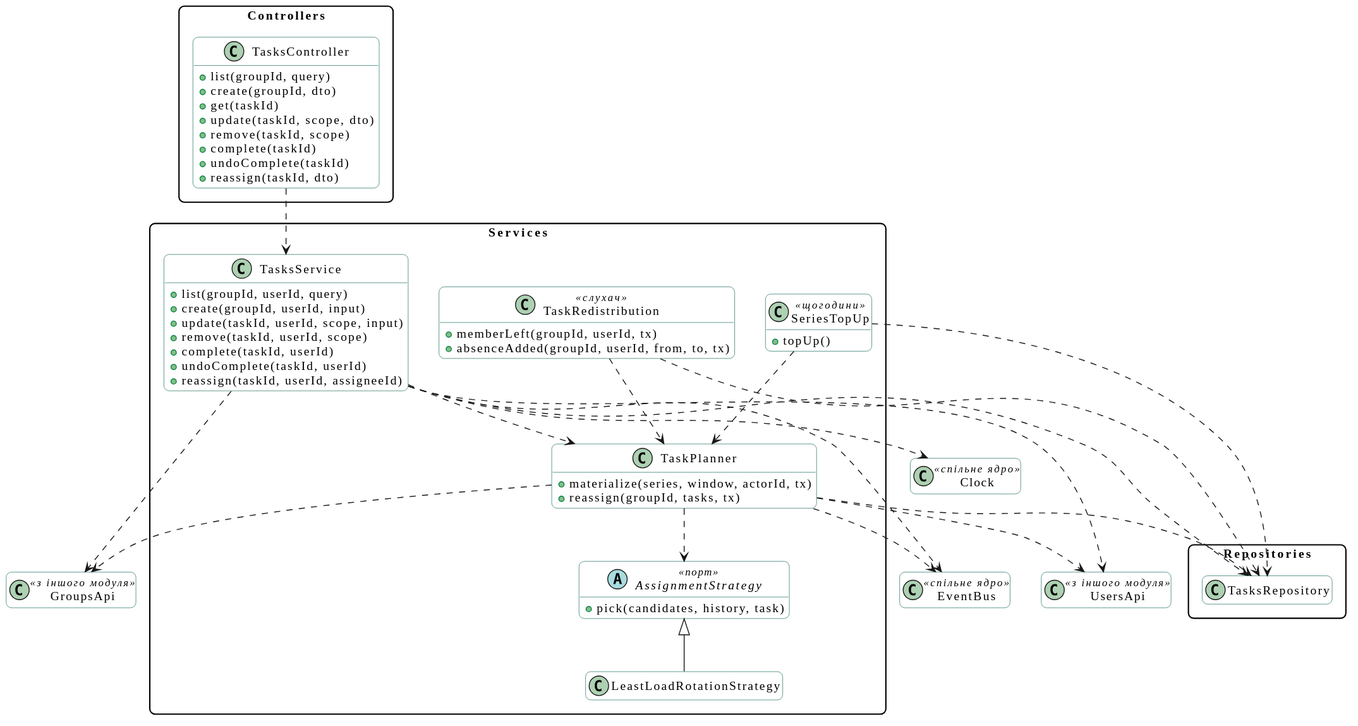
This is docs/diagrams/class/svg/tasks.svg from mzabrodin/Errandly, a PlantUML export, as it was before one commit. The source it was exported from:
```plantuml
@startuml
skinparam shadowing false
skinparam defaultFontName "Inter, Segoe UI, Arial"
skinparam RoundCorner 12
skinparam ClassBackgroundColor #FFFFFF
skinparam ClassBorderColor #1F6F64
skinparam packageStyle rectangle
hide empty members

package Controllers {
  class TasksController {
    +list(groupId, query)
    +create(groupId, dto)
    +get(taskId)
    +update(taskId, scope, dto)
    +remove(taskId, scope)
    +complete(taskId)
    +undoComplete(taskId)
    +reassign(taskId, dto)
  }
}

package Services {
  class TasksService {
    +list(groupId, userId, query)
    +create(groupId, userId, input)
    +update(taskId, userId, scope, input)
    +remove(taskId, userId, scope)
    +complete(taskId, userId)
    +undoComplete(taskId, userId)
    +reassign(taskId, userId, assigneeId)
  }
  class TaskPlanner {
    +materialize(series, window, actorId, tx)
    +reassign(groupId, tasks, tx)
  }
  class TaskRedistribution <<слухач>> {
    +memberLeft(groupId, userId, tx)
    +absenceAdded(groupId, userId, from, to, tx)
  }
  class SeriesTopUp <<щогодини>> {
    +topUp()
  }
  abstract class AssignmentStrategy <<порт>> {
    +pick(candidates, history, task)
  }
  class LeastLoadRotationStrategy
}

package Repositories {
  class TasksRepository
}

class GroupsApi <<з іншого модуля>>
class UsersApi <<з іншого модуля>>
class EventBus <<спільне ядро>>
class Clock <<спільне ядро>>

TasksController ..> TasksService
TasksService ..> TaskPlanner
TasksService ..> TasksRepository
TasksService ..> GroupsApi
TasksService ..> UsersApi
TasksService ..> EventBus
TasksService ..> Clock
TaskPlanner ..> AssignmentStrategy
TaskPlanner ..> TasksRepository
TaskPlanner ..> GroupsApi
TaskPlanner ..> UsersApi
TaskPlanner ..> EventBus
TaskRedistribution ..> TaskPlanner
TaskRedistribution ..> TasksRepository
SeriesTopUp ..> TaskPlanner
SeriesTopUp ..> TasksRepository
LeastLoadRotationStrategy -up-|> AssignmentStrategy
@enduml
```
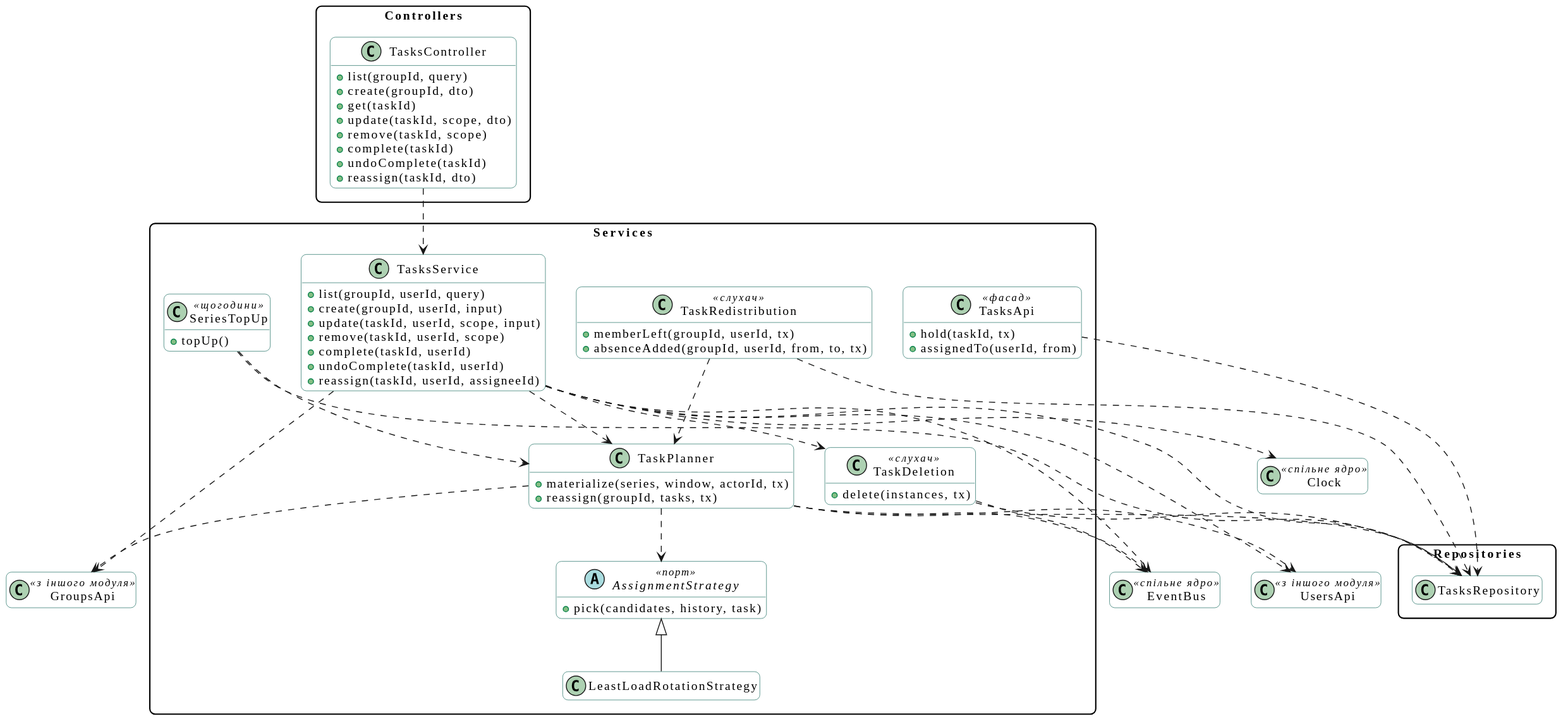
After the commit.

What changed in the source:
```diff
@@ -38,6 +38,13 @@
     +memberLeft(groupId, userId, tx)
     +absenceAdded(groupId, userId, from, to, tx)
   }
+  class TaskDeletion <<слухач>> {
+    +delete(instances, tx)
+  }
+  class TasksApi <<фасад>> {
+    +hold(taskId, tx)
+    +assignedTo(userId, from)
+  }
   class SeriesTopUp <<щогодини>> {
     +topUp()
   }
@@ -58,6 +65,7 @@
 
 TasksController ..> TasksService
 TasksService ..> TaskPlanner
+TasksService ..> TaskDeletion
 TasksService ..> TasksRepository
 TasksService ..> GroupsApi
 TasksService ..> UsersApi
@@ -70,6 +78,9 @@
 TaskPlanner ..> EventBus
 TaskRedistribution ..> TaskPlanner
 TaskRedistribution ..> TasksRepository
+TaskDeletion ..> TasksRepository
+TaskDeletion ..> EventBus
+TasksApi ..> TasksRepository
 SeriesTopUp ..> TaskPlanner
 SeriesTopUp ..> TasksRepository
 LeastLoadRotationStrategy -up-|> AssignmentStrategy
```
